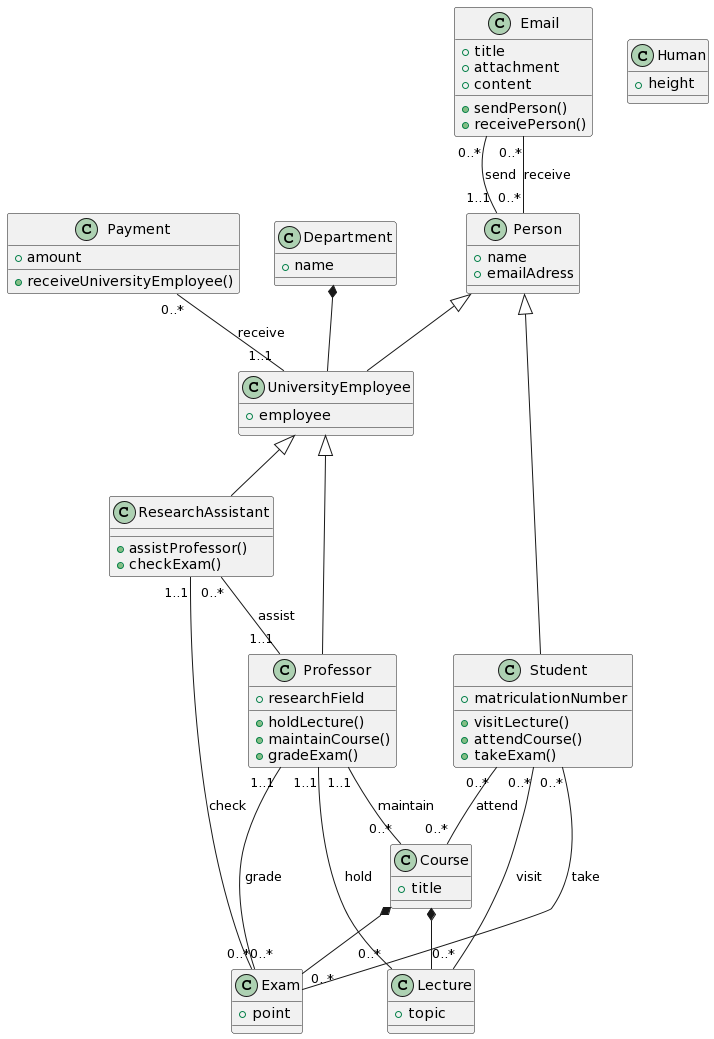
Above: evaluation/result_uml_021.png in Bimi1804/BiT-ReNU (PlantUML), before the change. Source of this version:
```plantuml
@startuml
class Email {
+ title
+ attachment
+ content
+ sendPerson()
+ receivePerson()
}

class Person {
+ name
+ emailAdress
}

class Human {
+ height
}

class Professor {
+ researchField
+ holdLecture()
+ maintainCourse()
+ gradeExam()
}

class UniversityEmployee {
+ employee
}

class Payment {
+ amount
+ receiveUniversityEmployee()
}

class Department {
+ name
}

class Lecture {
+ topic
}

class Course {
+ title
}

class Exam {
+ point
}

class Student {
+ matriculationNumber
+ visitLecture()
+ attendCourse()
+ takeExam()
}

class ResearchAssistant {
+ assistProfessor()
+ checkExam()
}

Person <|-- UniversityEmployee
UniversityEmployee <|-- Professor
UniversityEmployee <|-- ResearchAssistant
Person <|-- Student
Department *-- UniversityEmployee
Course *-- Lecture
Course *-- Exam
Email "0..*" -- "1..1" Person: send
Email "0..*" -- "0..*" Person: receive
Payment "0..*" -- "1..1" UniversityEmployee: receive
ResearchAssistant "0..*" -- "1..1" Professor: assist
ResearchAssistant "1..1" -- "0..*" Exam: check
Professor "1..1" -- "0..*" Lecture: hold
Professor "1..1" -- "0..*" Course: maintain
Professor "1..1" -- "0..*" Exam: grade
Student "0..*" -- "0..*" Lecture: visit
Student "0..*" -- "0..*" Course: attend
Student "0..*" -- "0..*" Exam: take
@enduml
```
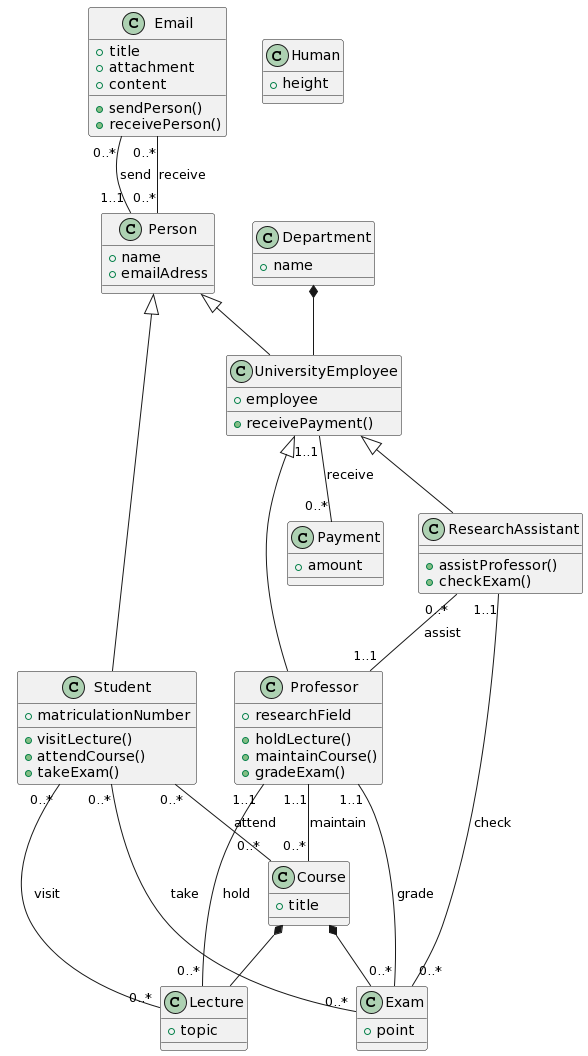
Above is the later version.

The edit, as a diff of the source:
```diff
@@ -25,11 +25,11 @@
 
 class UniversityEmployee {
 + employee
++ receivePayment()
 }
 
 class Payment {
 + amount
-+ receiveUniversityEmployee()
 }
 
 class Department {
@@ -69,7 +69,7 @@
 Course *-- Exam
 Email "0..*" -- "1..1" Person: send
 Email "0..*" -- "0..*" Person: receive
-Payment "0..*" -- "1..1" UniversityEmployee: receive
+UniversityEmployee "1..1" -- "0..*" Payment: receive
 ResearchAssistant "0..*" -- "1..1" Professor: assist
 ResearchAssistant "1..1" -- "0..*" Exam: check
 Professor "1..1" -- "0..*" Lecture: hold
```
